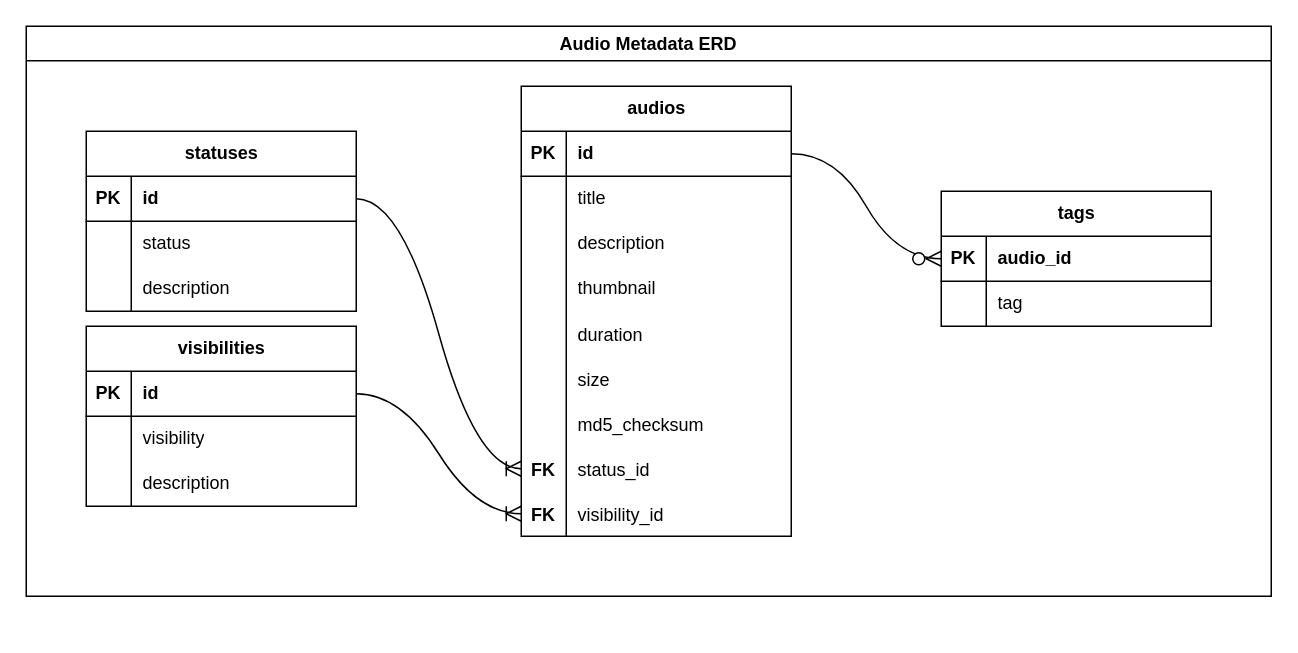
Earlier version of the draw.io diagram Diagrams/audio-metadata-database-diagram.drawio (WardZid/AudioWave). Source tidied: cells renumbered, new cells numbered last; positions are measured from the earlier drawing's top-left corner, leaving out a move shared by most shapes. Both pictures are drawn from the tidied source at 150%, with x=0, y=0 at pixel (26, 26).
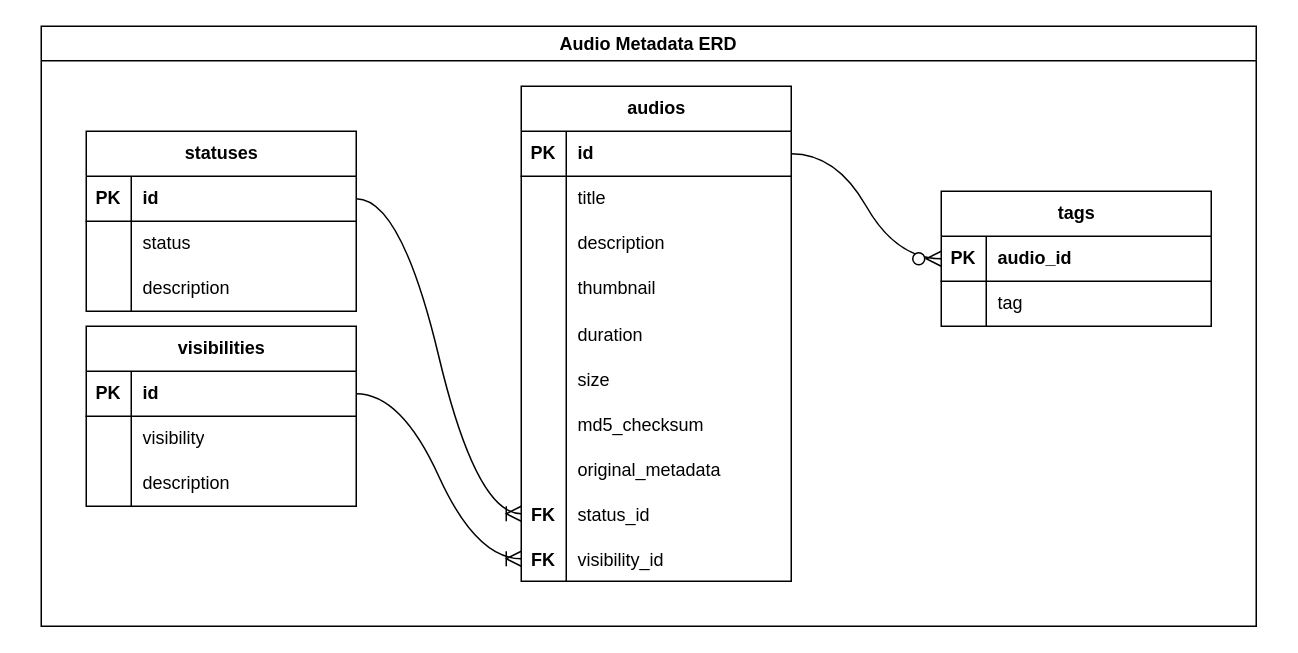
The same diagram, later.

Change to the diagram source:
```diff
@@
     <mxCell id="2" value="audios" style="shape=table;startSize=30;childLayout=tableLayout;rowLines=0;fontStyle=1;align=center;html=1;" parent="1" vertex="1">
-      <mxGeometry x="330" y="40" width="180" height="300" as="geometry" />
+      <mxGeometry x="330" y="40" width="180" height="330" as="geometry" />
     </mxCell>
@@
+    <mxCell id="61" style="shape=tableRow;horizontal=0;startSize=0;swimlaneHead=0;swimlaneBody=0;fillColor=none;top=0;left=0;right=0;bottom=0;" parent="2" vertex="1">
+      <mxGeometry y="240" width="180" height="30" as="geometry" />
+    </mxCell>
+    <mxCell id="62" style="shape=partialRectangle;fillColor=none;top=0;left=0;bottom=0;right=0;overflow=hidden;" parent="61" vertex="1">
+      <mxGeometry width="30" height="30" as="geometry" />
+    </mxCell>
+    <mxCell id="63" value="original_metadata" style="shape=partialRectangle;fillColor=none;top=0;left=0;bottom=0;right=0;align=left;spacingLeft=6;overflow=hidden;" parent="61" vertex="1">
+      <mxGeometry x="30" width="150" height="30" as="geometry" />
+    </mxCell>
     <mxCell id="24" style="shape=tableRow;horizontal=0;startSize=0;swimlaneHead=0;swimlaneBody=0;fillColor=none;points=[[0,0.5],[1,0.5]];portConstraint=eastwest;top=0;left=0;right=0;bottom=0;" parent="2" vertex="1">
-      <mxGeometry y="240" width="180" height="30" as="geometry" />
+      <mxGeometry y="270" width="180" height="30" as="geometry" />
     </mxCell>
@@
     <mxCell id="27" style="shape=tableRow;horizontal=0;startSize=0;swimlaneHead=0;swimlaneBody=0;fillColor=none;points=[[0,0.5],[1,0.5]];portConstraint=eastwest;top=0;left=0;right=0;bottom=0;" parent="2" vertex="1">
-      <mxGeometry y="270" width="180" height="30" as="geometry" />
+      <mxGeometry y="300" width="180" height="30" as="geometry" />
     </mxCell>
@@
     <mxCell id="60" value="Audio Metadata ERD" style="swimlane;whiteSpace=wrap;html=1;" parent="1" vertex="1">
-      <mxGeometry width="830" height="380" as="geometry" />
+      <mxGeometry x="10" width="810" height="400" as="geometry" />
     </mxCell>
```
